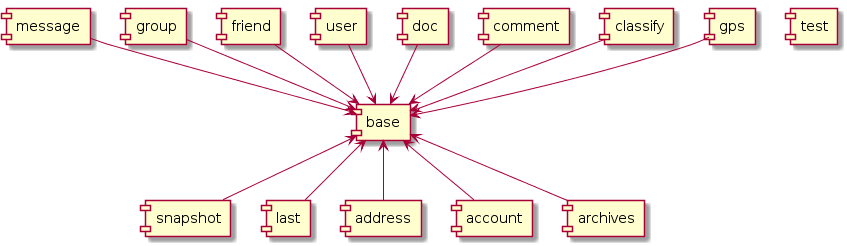
Earlier version of the PlantUML export doc/module.png (wangscript007/ranch).
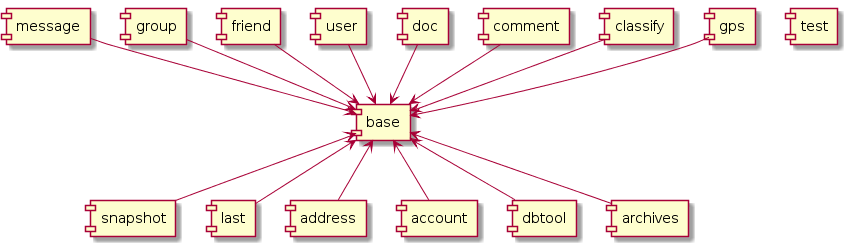
The same diagram one commit later.

Diff of the diagram source:
```diff
@@ -12,6 +12,7 @@
 [base] <-- [last]
 [base] <-- [address]
 [base] <-- [account]
+[base] <-- [dbtool]
 [base] <-- [archives]
 [test]
 
```
